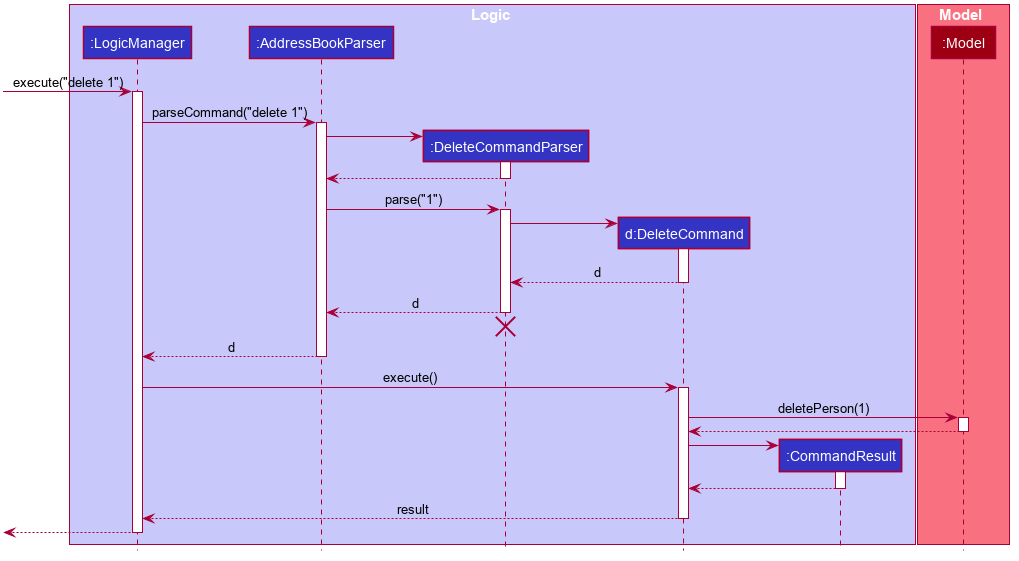
Before: docs/images/DeleteSequenceDiagram.png, a diagram exported from PlantUML (nus-cs2103-AY2223S2/tp).
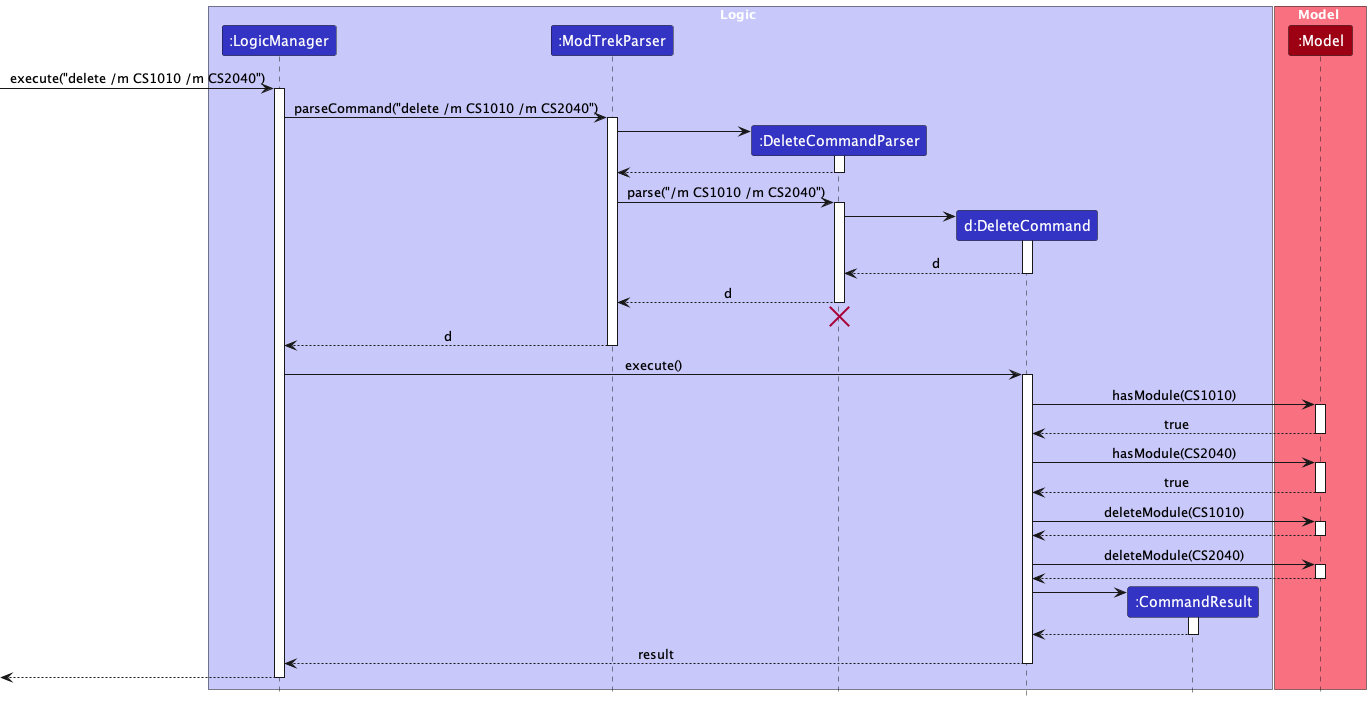
After the change.

Commit message:
Add sequence diagram of Delete command to DG

The edit, as a diff of the source:
```diff
@@ -1,79 +1,32 @@
 @startuml
+!include style.puml
 
-
-
-
-
-
-
-
-skinparam BackgroundColor #FFFFFFF
-
-skinparam Shadowing false
-
-skinparam Class {
-    FontColor #FFFFFF
-    BorderThickness 1
-    BorderColor #FFFFFF
-    StereotypeFontColor #FFFFFF
-    FontName Arial
-}
-
-skinparam Actor {
-    BorderColor #000000
-    Color #000000
-    FontName Arial
-}
-
-skinparam Sequence {
-    MessageAlign center
-    BoxFontSize 15
-    BoxPadding 0
-    BoxFontColor #FFFFFF
-    FontName Arial
-}
-
-skinparam Participant {
-    FontColor #FFFFFFF
-    Padding 20
-}
-
-skinparam MinClassWidth 50
-skinparam ParticipantPadding 10
-skinparam Shadowing false
-skinparam DefaultTextAlignment center
-skinparam packageStyle Rectangle
-
-hide footbox
-hide members
-hide circle
-
-box Logic #C8C8FA
-participant ":LogicManager" as LogicManager #3333C4
-participant ":AddressBookParser" as AddressBookParser #3333C4
-participant ":DeleteCommandParser" as DeleteCommandParser #3333C4
-participant "d:DeleteCommand" as DeleteCommand #3333C4
-participant ":CommandResult" as CommandResult #3333C4
+box Logic LOGIC_COLOR_T1
+participant ":LogicManager" as LogicManager LOGIC_COLOR
+participant ":ModTrekParser" as ModTrekParser LOGIC_COLOR
+participant ":DeleteCommandParser" as DeleteCommandParser LOGIC_COLOR
+participant "d:DeleteCommand" as DeleteCommand LOGIC_COLOR
+participant ":CommandResult" as CommandResult LOGIC_COLOR
 end box
 
-box Model #F97181
-participant ":Model" as Model #9D0012
+box Model MODEL_COLOR_T1
+participant ":Model" as Model MODEL_COLOR
 end box
 
-[-> LogicManager : execute("delete 1")
+[-> LogicManager : execute("delete /m CS1010 /m CS2040")
 activate LogicManager
 
-LogicManager -> AddressBookParser : parseCommand("delete 1")
-activate AddressBookParser
+LogicManager -> ModTrekParser : parseCommand("delete /m CS1010 /m CS2040")
+activate ModTrekParser
 
 create DeleteCommandParser
-AddressBookParser -> DeleteCommandParser
+ModTrekParser -> DeleteCommandParser
 activate DeleteCommandParser
 
-DeleteCommandParser --> AddressBookParser
+DeleteCommandParser --> ModTrekParser
 deactivate DeleteCommandParser
 
-AddressBookParser -> DeleteCommandParser : parse("1")
+ModTrekParser -> DeleteCommandParser : parse("/m CS1010 /m CS2040")
 activate DeleteCommandParser
 
 create DeleteCommand
@@ -83,18 +36,36 @@
 DeleteCommand --> DeleteCommandParser : d
 deactivate DeleteCommand
 
-DeleteCommandParser --> AddressBookParser : d
+DeleteCommandParser --> ModTrekParser : d
 deactivate DeleteCommandParser
-DeleteCommandParser -[hidden]-> AddressBookParser
+DeleteCommandParser -[hidden]-> ModTrekParser
 destroy DeleteCommandParser
 
-AddressBookParser --> LogicManager : d
-deactivate AddressBookParser
+ModTrekParser --> LogicManager : d
+deactivate ModTrekParser
 
 LogicManager -> DeleteCommand : execute()
 activate DeleteCommand
 
-DeleteCommand -> Model : deletePerson(1)
+DeleteCommand -> Model : hasModule(CS1010)
+activate Model
+
+Model --> DeleteCommand  : true
+deactivate Model
+
+DeleteCommand -> Model : hasModule(CS2040)
+activate Model
+
+Model --> DeleteCommand : true
+deactivate Model
+
+DeleteCommand -> Model : deleteModule(CS1010)
+activate Model
+
+Model --> DeleteCommand
+deactivate Model
+
+DeleteCommand -> Model : deleteModule(CS2040)
 activate Model
 
 Model --> DeleteCommand
```
